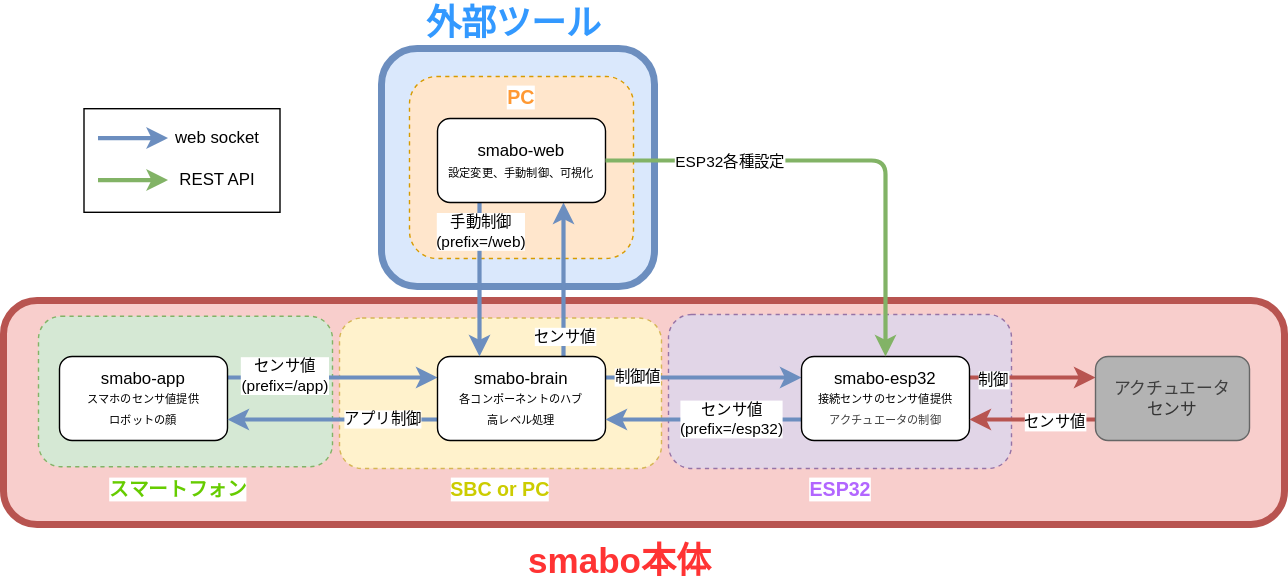
smabo-smartphone-robot/smabo-smartphone-robot.github.io keeps this draw.io diagram as docs/images/smabo_sysytem_architecture.drawio.svg. Above is the earlier version. Source tidied: cells renumbered, new cells last; positions are measured from the earlier drawing's top-left corner, leaving out a move shared by most shapes. Its diagram source:
```xml
<mxGraphModel>
  <root>
    <mxCell id="0" />
    <mxCell id="1" parent="0" />
    <mxCell id="2" style="rounded=0;whiteSpace=wrap;html=1;" parent="1" vertex="1">
      <mxGeometry x="57.5" y="77" width="140" height="74" as="geometry" />
    </mxCell>
    <mxCell id="3" style="rounded=1;whiteSpace=wrap;html=1;fontFamily=Helvetica;fontSize=11;labelBackgroundColor=default;fillColor=#dae8fc;strokeColor=#6c8ebf;strokeWidth=5;" parent="1" vertex="1">
      <mxGeometry x="270" y="34" width="195" height="170" as="geometry" />
    </mxCell>
    <mxCell id="4" style="rounded=1;whiteSpace=wrap;html=1;fontFamily=Helvetica;fontSize=11;labelBackgroundColor=default;fillColor=#f8cecc;strokeColor=#b85450;strokeWidth=5;" parent="1" vertex="1">
      <mxGeometry y="214" width="915" height="160" as="geometry" />
    </mxCell>
    <mxCell id="5" style="rounded=1;whiteSpace=wrap;html=1;fontFamily=Helvetica;fontSize=11;labelBackgroundColor=default;fillColor=#d5e8d4;strokeColor=#82b366;dashed=1;" parent="1" vertex="1">
      <mxGeometry x="25" y="225.2" width="210" height="107.5" as="geometry" />
    </mxCell>
    <mxCell id="6" style="rounded=1;whiteSpace=wrap;html=1;fontFamily=Helvetica;fontSize=11;labelBackgroundColor=default;fillColor=#fff2cc;strokeColor=#d6b656;dashed=1;" parent="1" vertex="1">
      <mxGeometry x="240" y="226.5" width="230" height="107.5" as="geometry" />
    </mxCell>
    <mxCell id="7" style="rounded=1;whiteSpace=wrap;html=1;fontFamily=Helvetica;fontSize=11;labelBackgroundColor=default;fillColor=#e1d5e7;strokeColor=#9673a6;dashed=1;" parent="1" vertex="1">
      <mxGeometry x="475" y="224" width="245" height="110" as="geometry" />
    </mxCell>
    <mxCell id="8" style="rounded=1;whiteSpace=wrap;html=1;fontFamily=Helvetica;fontSize=11;labelBackgroundColor=default;fillColor=#ffe6cc;strokeColor=#d79b00;dashed=1;" parent="1" vertex="1">
      <mxGeometry x="290" y="54" width="160" height="130" as="geometry" />
    </mxCell>
    <mxCell id="9" value="&lt;font style=&quot;color: rgb(255, 51, 51);&quot;&gt;smabo本体&lt;/font&gt;" style="text;html=1;align=center;verticalAlign=middle;whiteSpace=wrap;rounded=0;fontFamily=Helvetica;fontSize=25;fontColor=#FF9999;labelBackgroundColor=default;fontStyle=1;" parent="1" vertex="1">
      <mxGeometry x="367.5" y="384" width="145" height="30" as="geometry" />
    </mxCell>
    <mxCell id="10" value="&lt;font style=&quot;color: rgb(51, 153, 255);&quot;&gt;外部ツール&lt;/font&gt;" style="text;html=1;align=center;verticalAlign=middle;whiteSpace=wrap;rounded=0;fontFamily=Helvetica;fontSize=25;fontColor=default;labelBackgroundColor=default;fontStyle=1;" parent="1" vertex="1">
      <mxGeometry x="260" width="210" height="30" as="geometry" />
    </mxCell>
    <mxCell id="11" style="edgeStyle=orthogonalEdgeStyle;shape=connector;rounded=1;html=1;exitX=1;exitY=0.25;exitDx=0;exitDy=0;entryX=0;entryY=0.25;entryDx=0;entryDy=0;strokeColor=#6c8ebf;align=center;verticalAlign=middle;fontFamily=Helvetica;fontSize=11;fontColor=default;labelBackgroundColor=default;endArrow=classic;fillColor=#dae8fc;strokeWidth=3;" parent="1" edge="1" source="13" target="20">
      <mxGeometry relative="1" as="geometry" />
    </mxCell>
    <mxCell id="12" value="センサ値&lt;div&gt;(prefix=/app)&lt;/div&gt;" style="edgeLabel;html=1;align=center;verticalAlign=middle;fontFamily=Helvetica;fontSize=11;fontColor=default;labelBackgroundColor=default;" parent="11" vertex="1">
      <mxGeometry x="-0.15" y="2" relative="1" as="geometry">
        <mxPoint x="-23" as="offset" />
      </mxGeometry>
    </mxCell>
    <mxCell id="13" value="smabo-app&lt;div&gt;&lt;font style=&quot;font-size: 8px;&quot;&gt;スマホのセンサ値提供&lt;/font&gt;&lt;/div&gt;&lt;div&gt;&lt;font style=&quot;font-size: 8px;&quot;&gt;ロボットの顔&lt;/font&gt;&lt;/div&gt;" style="rounded=1;whiteSpace=wrap;html=1;" parent="1" vertex="1">
      <mxGeometry x="40" y="254" width="120" height="60" as="geometry" />
    </mxCell>
    <mxCell id="14" style="edgeStyle=orthogonalEdgeStyle;shape=connector;rounded=1;html=1;exitX=0.75;exitY=0;exitDx=0;exitDy=0;entryX=0.75;entryY=1;entryDx=0;entryDy=0;strokeColor=#6c8ebf;align=center;verticalAlign=middle;fontFamily=Helvetica;fontSize=11;fontColor=default;labelBackgroundColor=default;endArrow=classic;fillColor=#dae8fc;strokeWidth=3;" parent="1" edge="1" source="20" target="27">
      <mxGeometry relative="1" as="geometry" />
    </mxCell>
    <mxCell id="15" value="センサ値" style="edgeLabel;html=1;align=center;verticalAlign=middle;fontFamily=Helvetica;fontSize=11;fontColor=default;labelBackgroundColor=default;" parent="14" vertex="1">
      <mxGeometry x="-0.26" y="1" relative="1" as="geometry">
        <mxPoint x="1" y="25" as="offset" />
      </mxGeometry>
    </mxCell>
    <mxCell id="16" style="edgeStyle=orthogonalEdgeStyle;shape=connector;rounded=1;html=1;exitX=0;exitY=0.75;exitDx=0;exitDy=0;entryX=1;entryY=0.75;entryDx=0;entryDy=0;strokeColor=#6c8ebf;align=center;verticalAlign=middle;fontFamily=Helvetica;fontSize=11;fontColor=default;labelBackgroundColor=default;endArrow=classic;fillColor=#dae8fc;strokeWidth=3;" parent="1" edge="1" source="20" target="13">
      <mxGeometry relative="1" as="geometry" />
    </mxCell>
    <mxCell id="17" value="アプリ制御" style="edgeLabel;html=1;align=center;verticalAlign=middle;fontFamily=Helvetica;fontSize=11;fontColor=default;labelBackgroundColor=default;" parent="16" vertex="1">
      <mxGeometry x="-0.04" y="-1" relative="1" as="geometry">
        <mxPoint x="32" as="offset" />
      </mxGeometry>
    </mxCell>
    <mxCell id="18" style="edgeStyle=orthogonalEdgeStyle;shape=connector;rounded=1;html=1;exitX=1;exitY=0.25;exitDx=0;exitDy=0;entryX=0;entryY=0.25;entryDx=0;entryDy=0;strokeColor=#6c8ebf;align=center;verticalAlign=middle;fontFamily=Helvetica;fontSize=11;fontColor=default;labelBackgroundColor=default;endArrow=classic;fillColor=#dae8fc;strokeWidth=3;" parent="1" edge="1" source="20" target="24">
      <mxGeometry relative="1" as="geometry" />
    </mxCell>
    <mxCell id="19" value="制御値" style="edgeLabel;html=1;align=center;verticalAlign=middle;fontFamily=Helvetica;fontSize=11;fontColor=default;labelBackgroundColor=default;" parent="18" vertex="1">
      <mxGeometry x="0.01" y="1" relative="1" as="geometry">
        <mxPoint x="-48" as="offset" />
      </mxGeometry>
    </mxCell>
    <mxCell id="20" value="smabo-brain&lt;div&gt;&lt;font style=&quot;font-size: 8px;&quot;&gt;各コンポーネントのハブ&lt;/font&gt;&lt;/div&gt;&lt;div&gt;&lt;font style=&quot;font-size: 8px;&quot;&gt;高レベル処理&lt;/font&gt;&lt;/div&gt;" style="rounded=1;whiteSpace=wrap;html=1;" parent="1" vertex="1">
      <mxGeometry x="310" y="254" width="120" height="60" as="geometry" />
    </mxCell>
    <mxCell id="21" value="センサ値&lt;div&gt;(prefix=/esp32)&lt;/div&gt;" style="edgeStyle=orthogonalEdgeStyle;shape=connector;rounded=1;html=1;exitX=0;exitY=0.75;exitDx=0;exitDy=0;entryX=1;entryY=0.75;entryDx=0;entryDy=0;strokeColor=#6c8ebf;align=center;verticalAlign=middle;fontFamily=Helvetica;fontSize=11;fontColor=default;labelBackgroundColor=default;endArrow=classic;fillColor=#dae8fc;strokeWidth=3;" parent="1" edge="1" source="24" target="20">
      <mxGeometry x="-0.29" relative="1" as="geometry" />
    </mxCell>
    <mxCell id="22" style="edgeStyle=orthogonalEdgeStyle;shape=connector;rounded=1;html=1;exitX=1;exitY=0.25;exitDx=0;exitDy=0;entryX=0;entryY=0.25;entryDx=0;entryDy=0;strokeColor=#b85450;align=center;verticalAlign=middle;fontFamily=Helvetica;fontSize=11;fontColor=default;labelBackgroundColor=default;endArrow=classic;fillColor=#f8cecc;strokeWidth=3;" parent="1" edge="1" source="24" target="32">
      <mxGeometry relative="1" as="geometry" />
    </mxCell>
    <mxCell id="23" value="制御" style="edgeLabel;html=1;align=center;verticalAlign=middle;fontFamily=Helvetica;fontSize=11;fontColor=default;labelBackgroundColor=default;" parent="22" vertex="1">
      <mxGeometry x="0.16" y="-1" relative="1" as="geometry">
        <mxPoint x="-37" as="offset" />
      </mxGeometry>
    </mxCell>
    <mxCell id="24" value="smabo-esp32&lt;div&gt;&lt;font style=&quot;font-size: 8px;&quot;&gt;接続センサのセンサ値提供&lt;/font&gt;&lt;/div&gt;&lt;div&gt;&lt;span style=&quot;color: rgb(63, 63, 63); font-size: 8px;&quot;&gt;アクチュエータの制御&lt;/span&gt;&lt;/div&gt;" style="rounded=1;whiteSpace=wrap;html=1;" parent="1" vertex="1">
      <mxGeometry x="570" y="254" width="120" height="60" as="geometry" />
    </mxCell>
    <mxCell id="25" style="edgeStyle=orthogonalEdgeStyle;html=1;entryX=0.25;entryY=0;entryDx=0;entryDy=0;exitX=0.25;exitY=1;exitDx=0;exitDy=0;fillColor=#dae8fc;strokeColor=#6c8ebf;strokeWidth=3;" parent="1" edge="1" source="27" target="20">
      <mxGeometry relative="1" as="geometry" />
    </mxCell>
    <mxCell id="26" value="手動制御&lt;div&gt;(prefix=/web)&lt;/div&gt;" style="edgeLabel;html=1;align=center;verticalAlign=middle;fontFamily=Helvetica;fontSize=11;fontColor=default;labelBackgroundColor=default;" parent="25" vertex="1">
      <mxGeometry x="-0.04" y="-2" relative="1" as="geometry">
        <mxPoint x="2" y="-33" as="offset" />
      </mxGeometry>
    </mxCell>
    <mxCell id="27" value="smabo-web&lt;div&gt;&lt;span style=&quot;font-size: 8px;&quot;&gt;設定変更、手動制御、可視化&lt;/span&gt;&lt;/div&gt;" style="rounded=1;whiteSpace=wrap;html=1;spacing=2;spacingTop=0;" parent="1" vertex="1">
      <mxGeometry x="310" y="84" width="120" height="60" as="geometry" />
    </mxCell>
    <mxCell id="28" style="edgeStyle=orthogonalEdgeStyle;shape=connector;rounded=1;html=1;entryX=0.5;entryY=0;entryDx=0;entryDy=0;strokeColor=#82b366;align=center;verticalAlign=middle;fontFamily=Helvetica;fontSize=11;fontColor=default;labelBackgroundColor=default;endArrow=classic;fillColor=#d5e8d4;strokeWidth=3;startArrow=none;startFill=0;exitX=1;exitY=0.5;exitDx=0;exitDy=0;" parent="1" edge="1" source="27" target="24">
      <mxGeometry relative="1" as="geometry">
        <Array as="points">
          <mxPoint x="630" y="114" />
        </Array>
      </mxGeometry>
    </mxCell>
    <mxCell id="29" value="ESP32各種設定" style="edgeLabel;html=1;align=center;verticalAlign=middle;fontFamily=Helvetica;fontSize=11;fontColor=default;labelBackgroundColor=default;" parent="28" vertex="1">
      <mxGeometry x="0.16" y="-2" relative="1" as="geometry">
        <mxPoint x="-110" y="-2" as="offset" />
      </mxGeometry>
    </mxCell>
    <mxCell id="30" style="edgeStyle=orthogonalEdgeStyle;shape=connector;rounded=1;html=1;exitX=0;exitY=0.75;exitDx=0;exitDy=0;entryX=1;entryY=0.75;entryDx=0;entryDy=0;strokeColor=#b85450;align=center;verticalAlign=middle;fontFamily=Helvetica;fontSize=11;fontColor=default;labelBackgroundColor=default;endArrow=classic;fillColor=#f8cecc;strokeWidth=3;" parent="1" edge="1" source="32" target="24">
      <mxGeometry relative="1" as="geometry" />
    </mxCell>
    <mxCell id="31" value="センサ値" style="edgeLabel;html=1;align=center;verticalAlign=middle;fontFamily=Helvetica;fontSize=11;fontColor=default;labelBackgroundColor=default;" parent="30" vertex="1">
      <mxGeometry x="-0.1" y="1" relative="1" as="geometry">
        <mxPoint x="10" as="offset" />
      </mxGeometry>
    </mxCell>
    <mxCell id="32" value="&lt;span style=&quot;color: rgb(63, 63, 63); background-color: transparent;&quot;&gt;アクチュエータ&lt;/span&gt;&lt;div&gt;センサ&lt;/div&gt;" style="whiteSpace=wrap;html=1;rounded=1;fillColor=#B3B3B3;fontColor=#333333;strokeColor=#666666;" parent="1" vertex="1">
      <mxGeometry x="780" y="254" width="110" height="60" as="geometry" />
    </mxCell>
    <mxCell id="33" value="&lt;font style=&quot;color: rgb(255, 153, 51);&quot;&gt;PC&lt;/font&gt;" style="text;html=1;align=center;verticalAlign=middle;whiteSpace=wrap;rounded=0;fontFamily=Helvetica;fontSize=14;fontColor=default;labelBackgroundColor=default;fontStyle=1;" parent="1" vertex="1">
      <mxGeometry x="265" y="54" width="210" height="30" as="geometry" />
    </mxCell>
    <mxCell id="34" value="&lt;font style=&quot;color: rgb(178, 102, 255);&quot;&gt;ESP32&lt;/font&gt;" style="text;html=1;align=center;verticalAlign=middle;whiteSpace=wrap;rounded=0;fontFamily=Helvetica;fontSize=14;fontColor=default;labelBackgroundColor=default;fontStyle=1;" parent="1" vertex="1">
      <mxGeometry x="512.5" y="334" width="170" height="30" as="geometry" />
    </mxCell>
    <mxCell id="35" value="&lt;font style=&quot;color: rgb(204, 204, 0);&quot;&gt;SBC or PC&lt;/font&gt;" style="text;html=1;align=center;verticalAlign=middle;whiteSpace=wrap;rounded=0;fontFamily=Helvetica;fontSize=14;fontColor=default;labelBackgroundColor=default;fontStyle=1;" parent="1" vertex="1">
      <mxGeometry x="250" y="334" width="210" height="30" as="geometry" />
    </mxCell>
    <mxCell id="36" value="&lt;font style=&quot;color: rgb(102, 204, 0);&quot;&gt;スマートフォン&lt;/font&gt;" style="text;html=1;align=center;verticalAlign=middle;whiteSpace=wrap;rounded=0;fontFamily=Helvetica;fontSize=14;fontColor=default;labelBackgroundColor=default;fontStyle=1;" parent="1" vertex="1">
      <mxGeometry x="40" y="334" width="170" height="30" as="geometry" />
    </mxCell>
    <mxCell id="37" style="edgeStyle=orthogonalEdgeStyle;shape=connector;rounded=1;html=1;exitX=1;exitY=0.25;exitDx=0;exitDy=0;strokeColor=#6c8ebf;align=center;verticalAlign=middle;fontFamily=Helvetica;fontSize=11;fontColor=default;labelBackgroundColor=default;endArrow=classic;fillColor=#dae8fc;strokeWidth=3;" parent="1" edge="1">
      <mxGeometry relative="1" as="geometry">
        <mxPoint x="67.5" y="98" as="sourcePoint" />
        <mxPoint x="117.5" y="98" as="targetPoint" />
      </mxGeometry>
    </mxCell>
    <mxCell id="38" style="edgeStyle=orthogonalEdgeStyle;shape=connector;rounded=1;html=1;exitX=1;exitY=0.25;exitDx=0;exitDy=0;strokeColor=#82b366;align=center;verticalAlign=middle;fontFamily=Helvetica;fontSize=11;fontColor=default;labelBackgroundColor=default;endArrow=classic;fillColor=#d5e8d4;strokeWidth=3;" parent="1" edge="1">
      <mxGeometry relative="1" as="geometry">
        <mxPoint x="67.5" y="128" as="sourcePoint" />
        <mxPoint x="117.5" y="128" as="targetPoint" />
      </mxGeometry>
    </mxCell>
    <mxCell id="39" value="web socket" style="text;html=1;align=center;verticalAlign=middle;whiteSpace=wrap;rounded=0;" parent="1" vertex="1">
      <mxGeometry x="102.5" y="83" width="100" height="30" as="geometry" />
    </mxCell>
    <mxCell id="40" value="REST API" style="text;html=1;align=center;verticalAlign=middle;whiteSpace=wrap;rounded=0;" parent="1" vertex="1">
      <mxGeometry x="102.5" y="113" width="100" height="30" as="geometry" />
    </mxCell>
  </root>
</mxGraphModel>
```
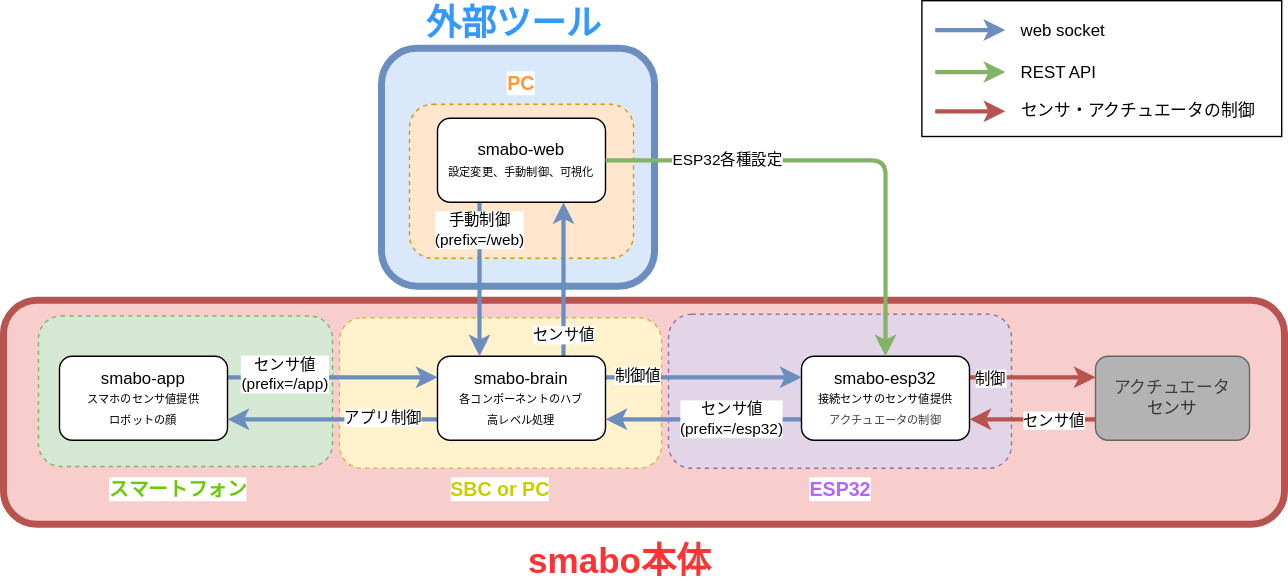
After the change.

Diff of the diagram source:
```diff
@@ -3,7 +3,7 @@
     <mxCell id="0" />
     <mxCell id="1" parent="0" />
     <mxCell id="2" style="rounded=0;whiteSpace=wrap;html=1;" parent="1" vertex="1">
-      <mxGeometry x="57.5" y="77" width="140" height="74" as="geometry" />
+      <mxGeometry x="656" width="257" height="97" as="geometry" />
     </mxCell>
     <mxCell id="3" style="rounded=1;whiteSpace=wrap;html=1;fontFamily=Helvetica;fontSize=11;labelBackgroundColor=default;fillColor=#dae8fc;strokeColor=#6c8ebf;strokeWidth=5;" parent="1" vertex="1">
       <mxGeometry x="270" y="34" width="195" height="170" as="geometry" />
@@ -21,7 +21,7 @@
       <mxGeometry x="475" y="224" width="245" height="110" as="geometry" />
     </mxCell>
     <mxCell id="8" style="rounded=1;whiteSpace=wrap;html=1;fontFamily=Helvetica;fontSize=11;labelBackgroundColor=default;fillColor=#ffe6cc;strokeColor=#d79b00;dashed=1;" parent="1" vertex="1">
-      <mxGeometry x="290" y="54" width="160" height="130" as="geometry" />
+      <mxGeometry x="290" y="74" width="160" height="110" as="geometry" />
     </mxCell>
     <mxCell id="9" value="&lt;font style=&quot;color: rgb(255, 51, 51);&quot;&gt;smabo本体&lt;/font&gt;" style="text;html=1;align=center;verticalAlign=middle;whiteSpace=wrap;rounded=0;fontFamily=Helvetica;fontSize=25;fontColor=#FF9999;labelBackgroundColor=default;fontStyle=1;" parent="1" vertex="1">
       <mxGeometry x="367.5" y="384" width="145" height="30" as="geometry" />
@@ -116,7 +116,7 @@
       <mxGeometry x="780" y="254" width="110" height="60" as="geometry" />
     </mxCell>
     <mxCell id="33" value="&lt;font style=&quot;color: rgb(255, 153, 51);&quot;&gt;PC&lt;/font&gt;" style="text;html=1;align=center;verticalAlign=middle;whiteSpace=wrap;rounded=0;fontFamily=Helvetica;fontSize=14;fontColor=default;labelBackgroundColor=default;fontStyle=1;" parent="1" vertex="1">
-      <mxGeometry x="265" y="54" width="210" height="30" as="geometry" />
+      <mxGeometry x="265" y="44" width="210" height="30" as="geometry" />
     </mxCell>
     <mxCell id="34" value="&lt;font style=&quot;color: rgb(178, 102, 255);&quot;&gt;ESP32&lt;/font&gt;" style="text;html=1;align=center;verticalAlign=middle;whiteSpace=wrap;rounded=0;fontFamily=Helvetica;fontSize=14;fontColor=default;labelBackgroundColor=default;fontStyle=1;" parent="1" vertex="1">
       <mxGeometry x="512.5" y="334" width="170" height="30" as="geometry" />
@@ -129,21 +129,30 @@
     </mxCell>
     <mxCell id="37" style="edgeStyle=orthogonalEdgeStyle;shape=connector;rounded=1;html=1;exitX=1;exitY=0.25;exitDx=0;exitDy=0;strokeColor=#6c8ebf;align=center;verticalAlign=middle;fontFamily=Helvetica;fontSize=11;fontColor=default;labelBackgroundColor=default;endArrow=classic;fillColor=#dae8fc;strokeWidth=3;" parent="1" edge="1">
       <mxGeometry relative="1" as="geometry">
-        <mxPoint x="67.5" y="98" as="sourcePoint" />
-        <mxPoint x="117.5" y="98" as="targetPoint" />
+        <mxPoint x="665.5" y="21" as="sourcePoint" />
+        <mxPoint x="715.5" y="21" as="targetPoint" />
       </mxGeometry>
     </mxCell>
     <mxCell id="38" style="edgeStyle=orthogonalEdgeStyle;shape=connector;rounded=1;html=1;exitX=1;exitY=0.25;exitDx=0;exitDy=0;strokeColor=#82b366;align=center;verticalAlign=middle;fontFamily=Helvetica;fontSize=11;fontColor=default;labelBackgroundColor=default;endArrow=classic;fillColor=#d5e8d4;strokeWidth=3;" parent="1" edge="1">
       <mxGeometry relative="1" as="geometry">
-        <mxPoint x="67.5" y="128" as="sourcePoint" />
-        <mxPoint x="117.5" y="128" as="targetPoint" />
+        <mxPoint x="665.5" y="51" as="sourcePoint" />
+        <mxPoint x="715.5" y="51" as="targetPoint" />
       </mxGeometry>
     </mxCell>
-    <mxCell id="39" value="web socket" style="text;html=1;align=center;verticalAlign=middle;whiteSpace=wrap;rounded=0;" parent="1" vertex="1">
-      <mxGeometry x="102.5" y="83" width="100" height="30" as="geometry" />
+    <mxCell id="39" value="web socket" style="text;html=1;align=left;verticalAlign=middle;whiteSpace=wrap;rounded=0;" parent="1" vertex="1">
+      <mxGeometry x="725" y="7" width="180" height="30" as="geometry" />
     </mxCell>
-    <mxCell id="40" value="REST API" style="text;html=1;align=center;verticalAlign=middle;whiteSpace=wrap;rounded=0;" parent="1" vertex="1">
-      <mxGeometry x="102.5" y="113" width="100" height="30" as="geometry" />
+    <mxCell id="40" value="REST API" style="text;html=1;align=left;verticalAlign=middle;whiteSpace=wrap;rounded=0;" parent="1" vertex="1">
+      <mxGeometry x="725" y="37" width="180" height="30" as="geometry" />
     </mxCell>
+    <mxCell id="41" style="edgeStyle=orthogonalEdgeStyle;shape=connector;rounded=1;html=1;exitX=1;exitY=0.25;exitDx=0;exitDy=0;strokeColor=#b85450;align=center;verticalAlign=middle;fontFamily=Helvetica;fontSize=11;fontColor=default;labelBackgroundColor=default;endArrow=classic;fillColor=#f8cecc;strokeWidth=3;" parent="1" edge="1">
+      <mxGeometry relative="1" as="geometry">
+        <mxPoint x="665.5" y="79" as="sourcePoint" />
+        <mxPoint x="715.5" y="79" as="targetPoint" />
+      </mxGeometry>
+    </mxCell>
+    <mxCell id="42" value="センサ・アクチュエータの制御" style="text;html=1;align=left;verticalAlign=middle;whiteSpace=wrap;rounded=0;" parent="1" vertex="1">
+      <mxGeometry x="725" y="64" width="190" height="30" as="geometry" />
+    </mxCell>
   </root>
 </mxGraphModel>
```
